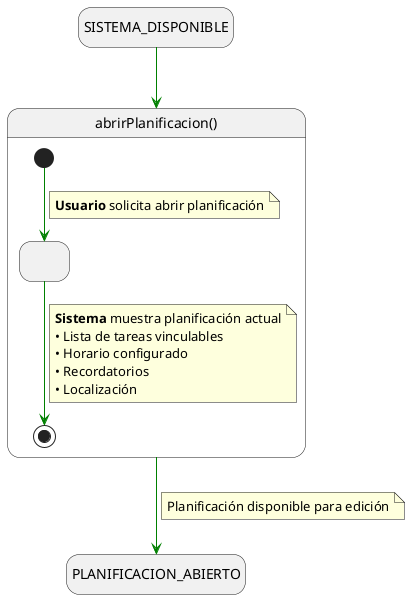
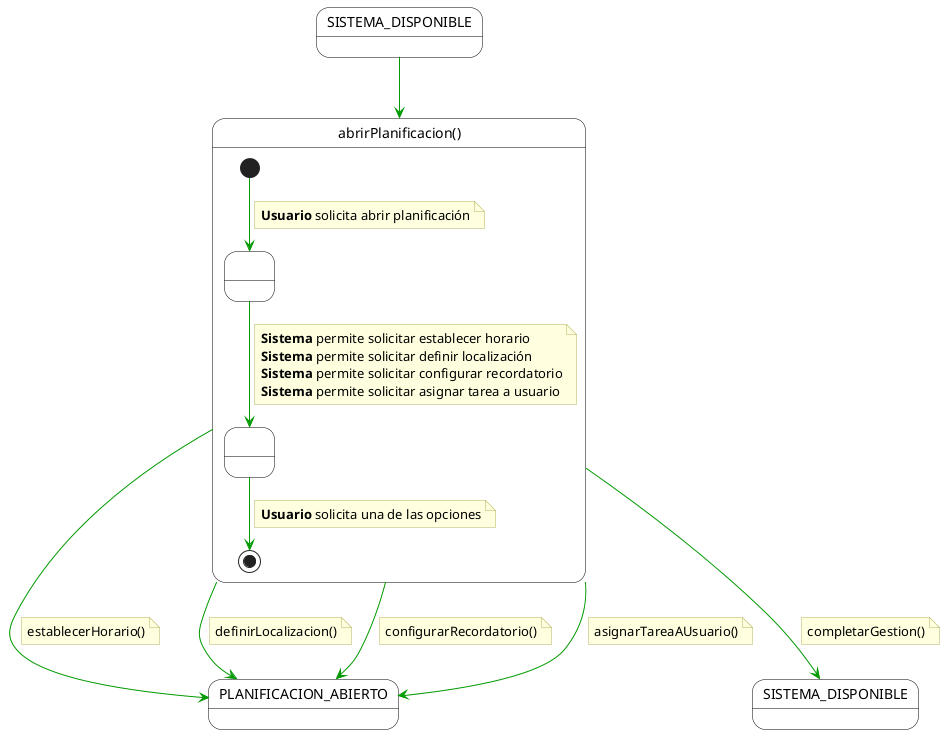
@startuml abrirPlanificacion
+ skinparam monochrome false
+ skinparam shadow false
+ top to bottom direction

- hide empty description
- skinparam linetype polyline
+ skinparam state {
+     BackgroundColor White
+     BorderColor Black
+     ArrowColor #009900
+     StartColor Black
+     EndColor Black
+ }

- state in1 as "SISTEMA_DISPONIBLE"
- in1 -[#green]-> abrirPlanificacion
+ skinparam note {
+     BackgroundColor #FFFFE0
+     BorderColor #B0B060
+     FontName Arial
+ }

- state abrirPlanificacion as "abrirPlanificacion()" {
+ state "SISTEMA_DISPONIBLE" as Inicio

-     state MostrandoPlanificacion as " "
+ state "abrirPlanificacion()" as AbrirPlanificacionContainer {
+     top to bottom direction

-     [*] -[#green]-> MostrandoPlanificacion
+     state " " as PasoInicial
+     state " " as PasoVisualizacion
+ 
+     [*] --> PasoInicial
    note on link
-         <b>Usuario</b> solicita abrir planificación
+         **Usuario** solicita abrir planificación
    end note

-     MostrandoPlanificacion -[#green]-> [*]
+     PasoInicial --> PasoVisualizacion
    note on link
-         <b>Sistema</b> muestra planificación actual
-         • Lista de tareas vinculables
-         • Horario configurado
-         • Recordatorios
-         • Localización
+         **Sistema** permite solicitar establecer horario
+         **Sistema** permite solicitar definir localización
+         **Sistema** permite solicitar configurar recordatorio
+         **Sistema** permite solicitar asignar tarea a usuario
+     end note
+ 
+     PasoVisualizacion --> [*]
+     note on link
+         **Usuario** solicita una de las opciones
    end note
}

- abrirPlanificacion -[#green]-> PLANIFICACION_ABIERTO
+ state "PLANIFICACION_ABIERTO" as SalidaPlanificacion
+ state "SISTEMA_DISPONIBLE" as SalidaSistema
+ 
+ Inicio --> AbrirPlanificacionContainer
+ 
+ AbrirPlanificacionContainer --> SalidaPlanificacion
note on link
-     Planificación disponible para edición
+   establecerHorario()
end note

- @enduml
+ AbrirPlanificacionContainer --> SalidaPlanificacion
+ note on link
+   definirLocalizacion()
+ end note
+ 
+ AbrirPlanificacionContainer --> SalidaPlanificacion
+ note on link
+   configurarRecordatorio()
+ end note
+ 
+ AbrirPlanificacionContainer --> SalidaPlanificacion
+ note on link
+   asignarTareaAUsuario()
+ end note
+ 
+ AbrirPlanificacionContainer --> SalidaSistema
+ note on link
+   completarGestion()
+ end note
+ 
+ @enduml